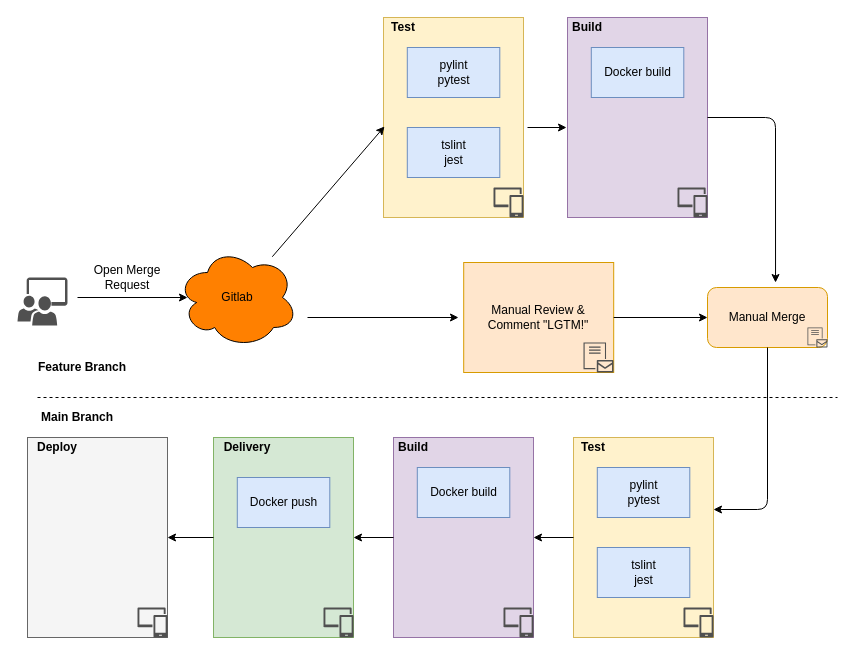
Earlier version of the draw.io diagram ci.drawio (sf-test/org-repo). Source tidied: cells renumbered, new cells numbered last; positions are measured from the earlier drawing's top-left corner, leaving out a move shared by most shapes. Both pictures are drawn from the tidied source at 100%, with x=0, y=0 at pixel (17, 17).
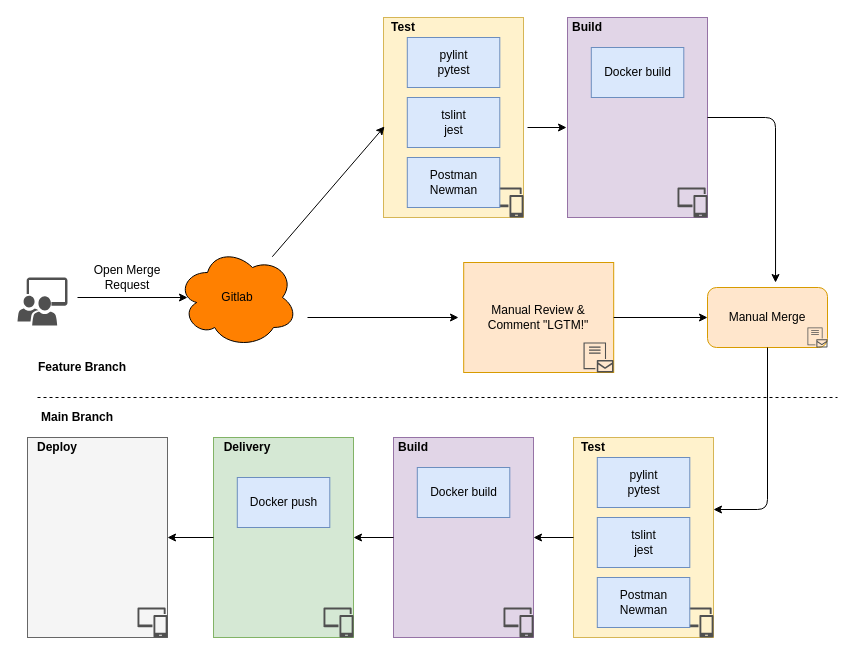
After the change.

Diff of the diagram source:
```diff
@@
     <mxCell id="8" value="&lt;div&gt;pylint&lt;/div&gt;&lt;div&gt;pytest&lt;br&gt;&lt;/div&gt;" style="rounded=0;whiteSpace=wrap;html=1;fillColor=#dae8fc;strokeColor=#6c8ebf;" parent="1" vertex="1">
-      <mxGeometry x="389.8" y="30" width="92.5" height="50" as="geometry" />
+      <mxGeometry x="389.8" y="20" width="92.5" height="50" as="geometry" />
     </mxCell>
     <mxCell id="9" value="&lt;div&gt;tslint&lt;br&gt;&lt;/div&gt;&lt;div&gt;jest&lt;br&gt;&lt;/div&gt;" style="rounded=0;whiteSpace=wrap;html=1;fillColor=#dae8fc;strokeColor=#6c8ebf;" parent="1" vertex="1">
-      <mxGeometry x="389.8" y="110" width="92.5" height="50" as="geometry" />
+      <mxGeometry x="389.8" y="80" width="92.5" height="50" as="geometry" />
     </mxCell>
@@
     <mxCell id="16" value="&lt;div&gt;pylint&lt;/div&gt;&lt;div&gt;pytest&lt;br&gt;&lt;/div&gt;" style="rounded=0;whiteSpace=wrap;html=1;fillColor=#dae8fc;strokeColor=#6c8ebf;" parent="1" vertex="1">
-      <mxGeometry x="579.8" y="450" width="92.5" height="50" as="geometry" />
+      <mxGeometry x="579.8" y="440" width="92.5" height="50" as="geometry" />
     </mxCell>
     <mxCell id="17" value="&lt;div&gt;tslint&lt;br&gt;&lt;/div&gt;&lt;div&gt;jest&lt;br&gt;&lt;/div&gt;" style="rounded=0;whiteSpace=wrap;html=1;fillColor=#dae8fc;strokeColor=#6c8ebf;" parent="1" vertex="1">
-      <mxGeometry x="579.8" y="530" width="92.5" height="50" as="geometry" />
+      <mxGeometry x="579.8" y="500" width="92.5" height="50" as="geometry" />
     </mxCell>
@@
+    <mxCell id="47" value="&lt;div&gt;Postman&lt;/div&gt;&lt;div&gt;Newman&lt;/div&gt;" style="rounded=0;whiteSpace=wrap;html=1;fillColor=#dae8fc;strokeColor=#6c8ebf;" parent="1" vertex="1">
+      <mxGeometry x="389.8" y="140" width="92.5" height="50" as="geometry" />
+    </mxCell>
+    <mxCell id="48" value="&lt;div&gt;Postman&lt;/div&gt;&lt;div&gt;Newman&lt;br&gt;&lt;/div&gt;" style="rounded=0;whiteSpace=wrap;html=1;fillColor=#dae8fc;strokeColor=#6c8ebf;" parent="1" vertex="1">
+      <mxGeometry x="579.8" y="560" width="92.5" height="50" as="geometry" />
+    </mxCell>
```
